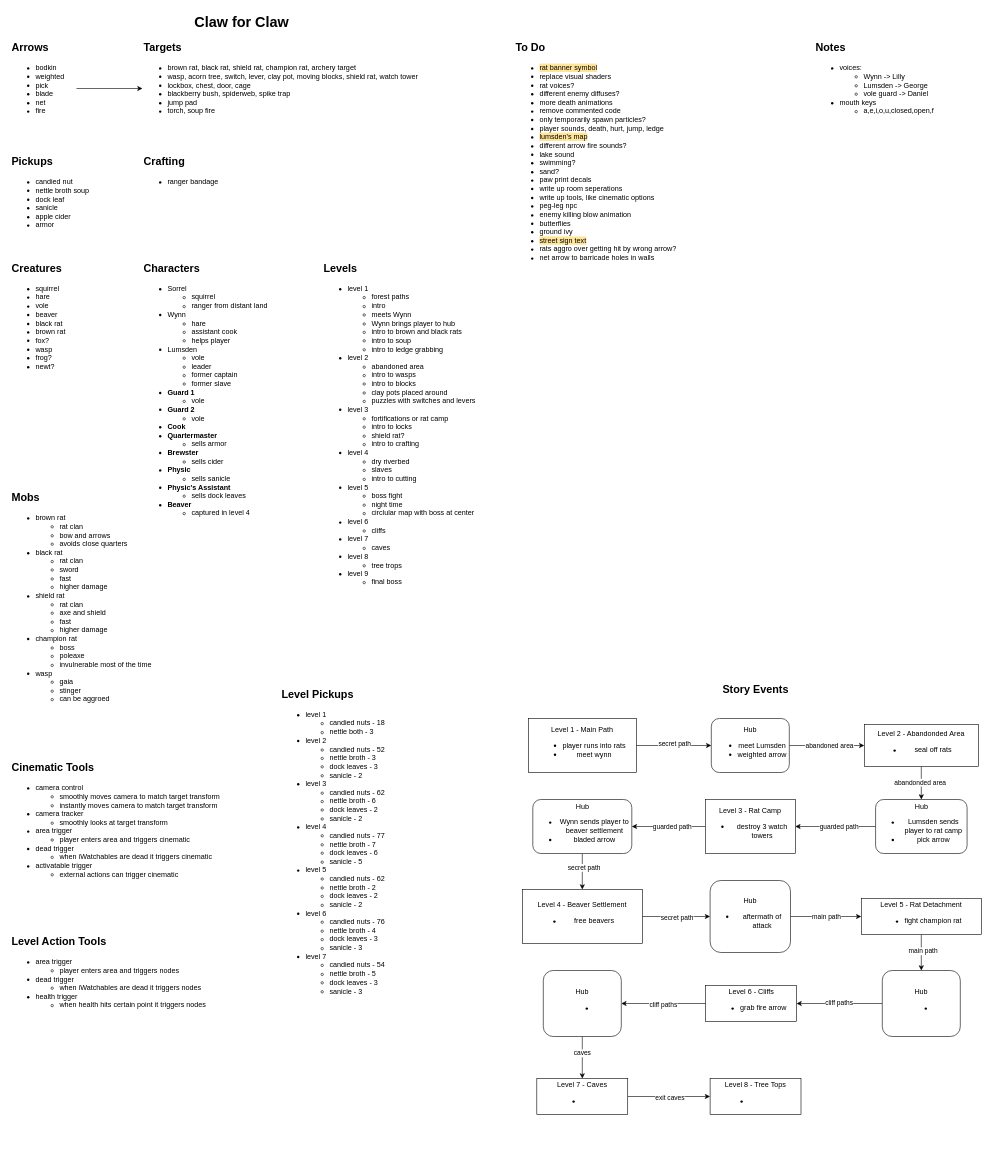
Earlier version of the draw.io diagram Planning/design-doc.drawio (camerondedore/Godot-Project-3). Source tidied: cells renumbered, new cells numbered last; positions are measured from the earlier drawing's top-left corner, leaving out a move shared by most shapes. Both pictures are drawn from the tidied source at 60%, with x=0, y=0 at pixel (10, 10).
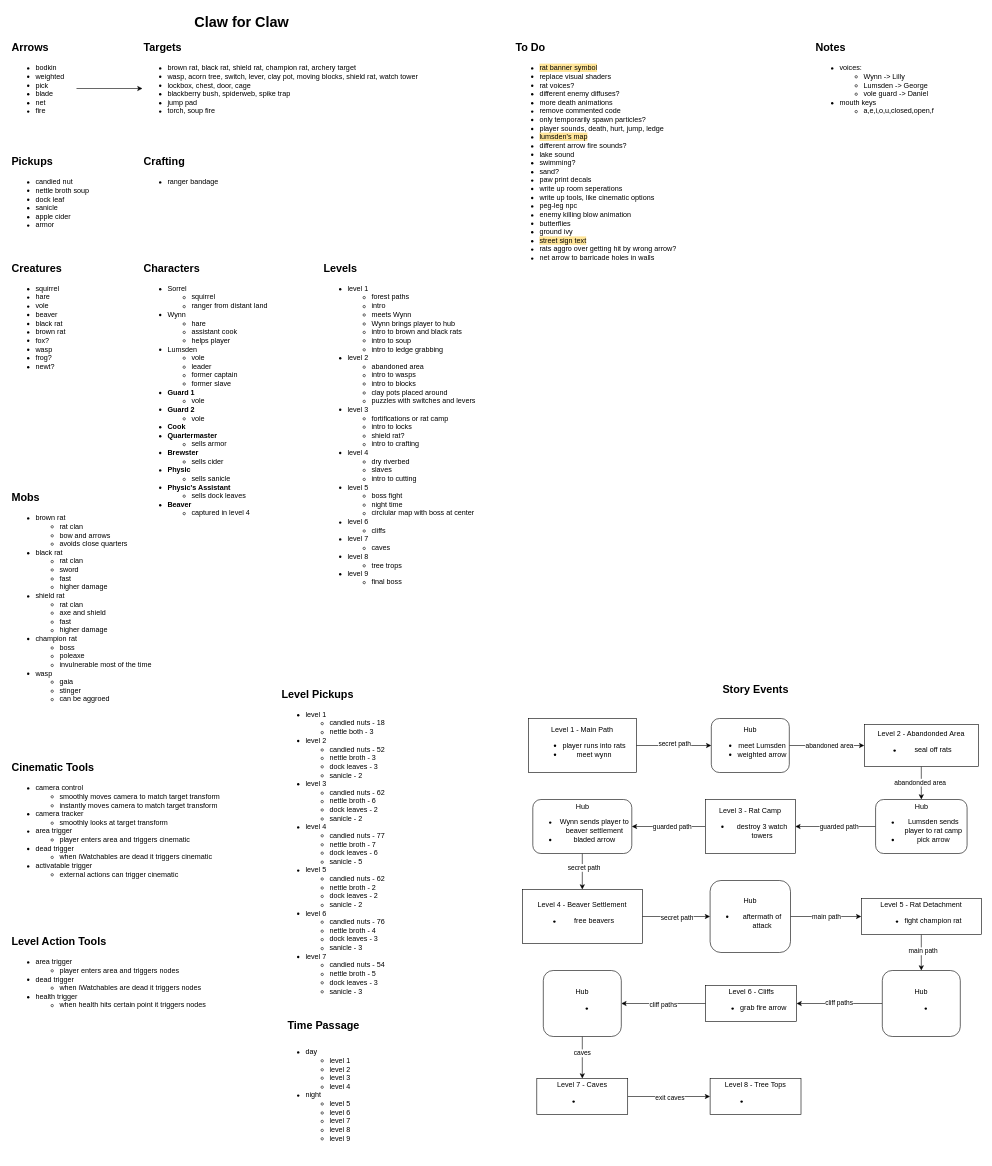
The same diagram, later.

Commit message (it also covers changes not shown here):
starting level 8

What changed in the source:
```diff
@@
+    <mxCell id="71" value="&lt;ul&gt;&lt;li&gt;day&lt;/li&gt;&lt;ul&gt;&lt;li&gt;level 1&lt;/li&gt;&lt;li&gt;level 2&lt;/li&gt;&lt;li&gt;level 3&lt;/li&gt;&lt;li&gt;level 4&lt;/li&gt;&lt;/ul&gt;&lt;li&gt;night&lt;/li&gt;&lt;ul&gt;&lt;li&gt;level 5&lt;/li&gt;&lt;li&gt;level 6&lt;/li&gt;&lt;li&gt;level 7&lt;/li&gt;&lt;li&gt;level 8&lt;/li&gt;&lt;li&gt;level 9&lt;/li&gt;&lt;/ul&gt;&lt;/ul&gt;" style="text;html=1;align=left;verticalAlign=top;whiteSpace=wrap;rounded=0;" parent="1" vertex="1">
+      <mxGeometry x="450" y="1710" width="280" height="200" as="geometry" />
+    </mxCell>
+    <mxCell id="72" value="&lt;span style=&quot;font-size: 18px;&quot;&gt;Time Passage&lt;/span&gt;" style="text;strokeColor=none;fillColor=none;html=1;fontSize=24;fontStyle=1;verticalAlign=middle;align=left;" parent="1" vertex="1">
+      <mxGeometry x="460" y="1670" width="100" height="40" as="geometry" />
+    </mxCell>
```
